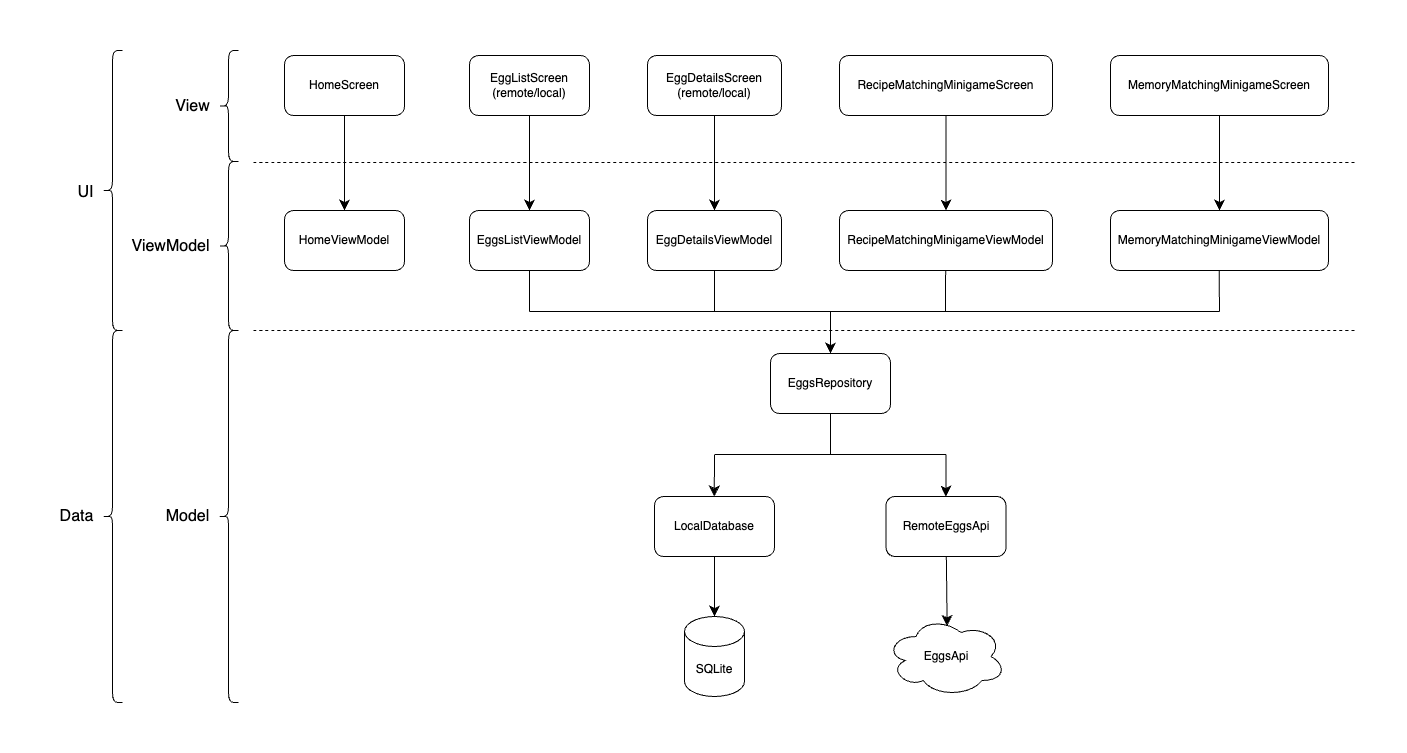
The draw.io diagram readme/architecture.drawio.png in jaidensiu/eggpedia, before a commit. Source tidied: cells renumbered, new cells last; positions are measured from the earlier drawing's top-left corner, leaving out a move shared by most shapes. Source of this version:
```xml
<mxGraphModel>
  <root>
    <mxCell id="0" />
    <mxCell id="1" parent="0" />
    <mxCell id="2" style="edgeStyle=none;curved=1;rounded=0;jettySize=auto;html=1;fontSize=12;startSize=8;endSize=8;" parent="1" edge="1" source="3" target="6">
      <mxGeometry relative="1" as="geometry" />
    </mxCell>
    <mxCell id="3" value="HomeScreen" style="rounded=1;whiteSpace=wrap;html=1;" parent="1" vertex="1">
      <mxGeometry x="234" y="5" width="120" height="60" as="geometry" />
    </mxCell>
    <mxCell id="4" style="edgeStyle=none;curved=1;rounded=0;jettySize=auto;html=1;exitX=0.5;exitY=1;exitDx=0;exitDy=0;fontSize=12;startSize=8;endSize=8;" parent="1" edge="1" source="5" target="7">
      <mxGeometry relative="1" as="geometry" />
    </mxCell>
    <mxCell id="5" value="EggListScreen&lt;div&gt;(remote/local)&lt;/div&gt;" style="rounded=1;whiteSpace=wrap;html=1;" parent="1" vertex="1">
      <mxGeometry x="419" y="5" width="120" height="60" as="geometry" />
    </mxCell>
    <mxCell id="6" value="HomeViewModel" style="rounded=1;whiteSpace=wrap;html=1;" parent="1" vertex="1">
      <mxGeometry x="234" y="160" width="120" height="60" as="geometry" />
    </mxCell>
    <mxCell id="7" value="EggsListViewModel" style="rounded=1;whiteSpace=wrap;html=1;" parent="1" vertex="1">
      <mxGeometry x="419" y="160" width="120" height="60" as="geometry" />
    </mxCell>
    <mxCell id="8" value="EggDetailsViewModel" style="rounded=1;whiteSpace=wrap;html=1;" parent="1" vertex="1">
      <mxGeometry x="597" y="160" width="134" height="60" as="geometry" />
    </mxCell>
    <mxCell id="9" value="RecipeMatchingMinigameViewModel" style="rounded=1;whiteSpace=wrap;html=1;" parent="1" vertex="1">
      <mxGeometry x="789" y="160" width="213" height="60" as="geometry" />
    </mxCell>
    <mxCell id="10" value="&lt;div&gt;MemoryMatchingMinigameViewModel&lt;/div&gt;" style="rounded=1;whiteSpace=wrap;html=1;" parent="1" vertex="1">
      <mxGeometry x="1060" y="160" width="218" height="60" as="geometry" />
    </mxCell>
    <mxCell id="11" style="edgeStyle=none;curved=1;rounded=0;jettySize=auto;html=1;exitX=0.5;exitY=1;exitDx=0;exitDy=0;fontSize=12;startSize=8;endSize=8;" parent="1" edge="1" source="12" target="8">
      <mxGeometry relative="1" as="geometry" />
    </mxCell>
    <mxCell id="12" value="EggDetailsScreen&lt;div&gt;(remote/local)&lt;/div&gt;" style="rounded=1;whiteSpace=wrap;html=1;" parent="1" vertex="1">
      <mxGeometry x="597" y="5" width="134" height="60" as="geometry" />
    </mxCell>
    <mxCell id="13" style="edgeStyle=none;curved=1;rounded=0;jettySize=auto;html=1;exitX=0.5;exitY=1;exitDx=0;exitDy=0;fontSize=12;startSize=8;endSize=8;" parent="1" edge="1" source="14" target="9">
      <mxGeometry relative="1" as="geometry" />
    </mxCell>
    <mxCell id="14" value="RecipeMatchingMinigameScreen" style="rounded=1;whiteSpace=wrap;html=1;" parent="1" vertex="1">
      <mxGeometry x="789" y="5" width="213" height="60" as="geometry" />
    </mxCell>
    <mxCell id="15" style="edgeStyle=none;curved=1;rounded=0;jettySize=auto;html=1;entryX=0.5;entryY=0;entryDx=0;entryDy=0;fontSize=12;startSize=8;endSize=8;" parent="1" edge="1" source="16" target="10">
      <mxGeometry relative="1" as="geometry" />
    </mxCell>
    <mxCell id="16" value="MemoryMatchingMinigameScreen" style="rounded=1;whiteSpace=wrap;html=1;" parent="1" vertex="1">
      <mxGeometry x="1060" y="5" width="218" height="60" as="geometry" />
    </mxCell>
    <mxCell id="17" value="EggsRepository" style="rounded=1;whiteSpace=wrap;html=1;" parent="1" vertex="1">
      <mxGeometry x="720" y="303" width="120" height="60" as="geometry" />
    </mxCell>
    <mxCell id="18" style="endArrow=classic;html=1;rounded=0;fontSize=12;startSize=8;endSize=8;curved=1;entryX=0.5;entryY=0;entryDx=0;entryDy=0;" parent="1" edge="1" target="17">
      <mxGeometry relative="1" as="geometry">
        <mxPoint x="780" y="261" as="sourcePoint" />
      </mxGeometry>
    </mxCell>
    <mxCell id="19" style="endArrow=none;html=1;rounded=0;fontSize=12;startSize=8;endSize=8;curved=1;entryX=0.5;entryY=1;entryDx=0;entryDy=0;" parent="1" edge="1" target="8">
      <mxGeometry relative="1" as="geometry">
        <mxPoint x="664" y="261" as="sourcePoint" />
      </mxGeometry>
    </mxCell>
    <mxCell id="20" style="endArrow=none;html=1;rounded=0;fontSize=12;startSize=8;endSize=8;curved=1;entryX=0.5;entryY=1;entryDx=0;entryDy=0;" parent="1" edge="1">
      <mxGeometry relative="1" as="geometry">
        <mxPoint x="895" y="261" as="sourcePoint" />
        <mxPoint x="895.1" y="220" as="targetPoint" />
      </mxGeometry>
    </mxCell>
    <mxCell id="21" style="endArrow=none;html=1;rounded=0;fontSize=12;startSize=8;endSize=8;curved=1;entryX=0.5;entryY=1;entryDx=0;entryDy=0;" parent="1" edge="1">
      <mxGeometry relative="1" as="geometry">
        <mxPoint x="1169" y="261" as="sourcePoint" />
        <mxPoint x="1168.6" y="220" as="targetPoint" />
      </mxGeometry>
    </mxCell>
    <mxCell id="22" style="endArrow=none;html=1;rounded=0;fontSize=12;startSize=8;endSize=8;curved=1;" parent="1" edge="1">
      <mxGeometry relative="1" as="geometry">
        <mxPoint x="1169" y="261" as="sourcePoint" />
        <mxPoint x="479" y="261" as="targetPoint" />
      </mxGeometry>
    </mxCell>
    <mxCell id="23" value="RemoteEggsApi" style="rounded=1;whiteSpace=wrap;html=1;" parent="1" vertex="1">
      <mxGeometry x="835.5" y="446" width="120" height="60" as="geometry" />
    </mxCell>
    <mxCell id="24" value="LocalDatabase" style="rounded=1;whiteSpace=wrap;html=1;" parent="1" vertex="1">
      <mxGeometry x="604" y="446" width="120" height="60" as="geometry" />
    </mxCell>
    <mxCell id="25" style="endArrow=none;html=1;rounded=0;fontSize=12;startSize=8;endSize=8;curved=1;entryX=0.5;entryY=1;entryDx=0;entryDy=0;" parent="1" edge="1" target="17">
      <mxGeometry relative="1" as="geometry">
        <mxPoint x="780" y="404" as="sourcePoint" />
      </mxGeometry>
    </mxCell>
    <mxCell id="26" style="endArrow=classic;html=1;rounded=0;fontSize=12;startSize=8;endSize=8;curved=1;entryX=0.5;entryY=0;entryDx=0;entryDy=0;" parent="1" edge="1">
      <mxGeometry relative="1" as="geometry">
        <mxPoint x="664" y="404" as="sourcePoint" />
        <mxPoint x="663.8" y="446" as="targetPoint" />
      </mxGeometry>
    </mxCell>
    <mxCell id="27" style="endArrow=none;html=1;rounded=0;fontSize=12;startSize=8;endSize=8;curved=1;" parent="1" edge="1">
      <mxGeometry relative="1" as="geometry">
        <mxPoint x="664.5" y="404" as="sourcePoint" />
        <mxPoint x="895.5" y="404" as="targetPoint" />
      </mxGeometry>
    </mxCell>
    <mxCell id="28" style="edgeStyle=none;curved=1;rounded=0;jettySize=auto;html=1;entryX=0.5;entryY=0;entryDx=0;entryDy=0;entryPerimeter=0;fontSize=12;startSize=8;endSize=8;" parent="1" edge="1" source="24">
      <mxGeometry relative="1" as="geometry">
        <mxPoint x="664" y="566" as="targetPoint" />
      </mxGeometry>
    </mxCell>
    <mxCell id="29" style="edgeStyle=none;curved=1;rounded=0;jettySize=auto;html=1;entryX=0.508;entryY=0.118;entryDx=0;entryDy=0;entryPerimeter=0;fontSize=12;startSize=8;endSize=8;" parent="1" edge="1" source="23">
      <mxGeometry relative="1" as="geometry">
        <mxPoint x="896.6" y="575.4" as="targetPoint" />
      </mxGeometry>
    </mxCell>
    <mxCell id="30" value="SQLite" style="shape=cylinder3;whiteSpace=wrap;html=1;boundedLbl=1;backgroundOutline=1;size=15;" parent="1" vertex="1">
      <mxGeometry x="634" y="566" width="60" height="80" as="geometry" />
    </mxCell>
    <mxCell id="31" value="EggsApi" style="ellipse;shape=cloud;whiteSpace=wrap;html=1;" parent="1" vertex="1">
      <mxGeometry x="835.5" y="566" width="120" height="80" as="geometry" />
    </mxCell>
    <mxCell id="32" style="endArrow=classic;html=1;rounded=0;fontSize=12;startSize=8;endSize=8;curved=1;entryX=0.5;entryY=0;entryDx=0;entryDy=0;" parent="1" edge="1">
      <mxGeometry relative="1" as="geometry">
        <mxPoint x="895.6" y="404" as="sourcePoint" />
        <mxPoint x="895.4" y="446" as="targetPoint" />
      </mxGeometry>
    </mxCell>
    <mxCell id="33" style="endArrow=none;html=1;rounded=0;fontSize=12;startSize=8;endSize=8;curved=1;entryX=0.5;entryY=1;entryDx=0;entryDy=0;" parent="1" edge="1" target="7">
      <mxGeometry relative="1" as="geometry">
        <mxPoint x="479" y="261" as="sourcePoint" />
      </mxGeometry>
    </mxCell>
    <mxCell id="34" style="endArrow=none;dashed=1;html=1;rounded=0;fontSize=12;startSize=8;endSize=8;curved=1;" parent="1" edge="1">
      <mxGeometry relative="1" as="geometry">
        <mxPoint x="203" y="112" as="sourcePoint" />
        <mxPoint x="1305" y="112" as="targetPoint" />
      </mxGeometry>
    </mxCell>
    <mxCell id="35" style="endArrow=none;dashed=1;html=1;rounded=0;fontSize=12;startSize=8;endSize=8;curved=1;" parent="1" edge="1">
      <mxGeometry relative="1" as="geometry">
        <mxPoint x="203" y="280" as="sourcePoint" />
        <mxPoint x="1305" y="280" as="targetPoint" />
      </mxGeometry>
    </mxCell>
    <mxCell id="36" style="shape=curlyBracket;whiteSpace=wrap;html=1;rounded=1;labelPosition=left;verticalLabelPosition=middle;align=right;verticalAlign=middle;" parent="1" vertex="1">
      <mxGeometry x="168" width="20" height="111" as="geometry" />
    </mxCell>
    <mxCell id="37" style="shape=curlyBracket;whiteSpace=wrap;html=1;rounded=1;labelPosition=left;verticalLabelPosition=middle;align=right;verticalAlign=middle;" parent="1" vertex="1">
      <mxGeometry x="168" y="111" width="20" height="169" as="geometry" />
    </mxCell>
    <mxCell id="38" value="View" style="text;html=1;align=center;verticalAlign=middle;strokeColor=none;fillColor=none;fontSize=16;" parent="1" vertex="1">
      <mxGeometry x="116" y="40.5" width="52" height="31" as="geometry" />
    </mxCell>
    <mxCell id="39" value="ViewModel" style="text;html=1;align=center;verticalAlign=middle;strokeColor=none;fillColor=none;fontSize=16;" parent="1" vertex="1">
      <mxGeometry x="72" y="180" width="96" height="31" as="geometry" />
    </mxCell>
    <mxCell id="40" style="shape=curlyBracket;whiteSpace=wrap;html=1;rounded=1;labelPosition=left;verticalLabelPosition=middle;align=right;verticalAlign=middle;" parent="1" vertex="1">
      <mxGeometry x="168" y="280" width="20" height="372" as="geometry" />
    </mxCell>
    <mxCell id="41" value="Model" style="text;html=1;align=center;verticalAlign=middle;strokeColor=none;fillColor=none;fontSize=16;" parent="1" vertex="1">
      <mxGeometry x="106" y="450.5" width="62" height="31" as="geometry" />
    </mxCell>
    <mxCell id="42" style="shape=curlyBracket;whiteSpace=wrap;html=1;rounded=1;labelPosition=left;verticalLabelPosition=middle;align=right;verticalAlign=middle;" parent="1" vertex="1">
      <mxGeometry x="52" y="280" width="20" height="372" as="geometry" />
    </mxCell>
    <mxCell id="43" value="Data" style="text;html=1;align=center;verticalAlign=middle;strokeColor=none;fillColor=none;fontSize=16;" parent="1" vertex="1">
      <mxGeometry y="450.5" width="52" height="31" as="geometry" />
    </mxCell>
    <mxCell id="44" style="shape=curlyBracket;whiteSpace=wrap;html=1;rounded=1;labelPosition=left;verticalLabelPosition=middle;align=right;verticalAlign=middle;" parent="1" vertex="1">
      <mxGeometry x="52" width="20" height="280" as="geometry" />
    </mxCell>
    <mxCell id="45" value="UI" style="text;html=1;align=center;verticalAlign=middle;strokeColor=none;fillColor=none;fontSize=16;" parent="1" vertex="1">
      <mxGeometry x="18" y="126.5" width="34" height="31" as="geometry" />
    </mxCell>
  </root>
</mxGraphModel>
```
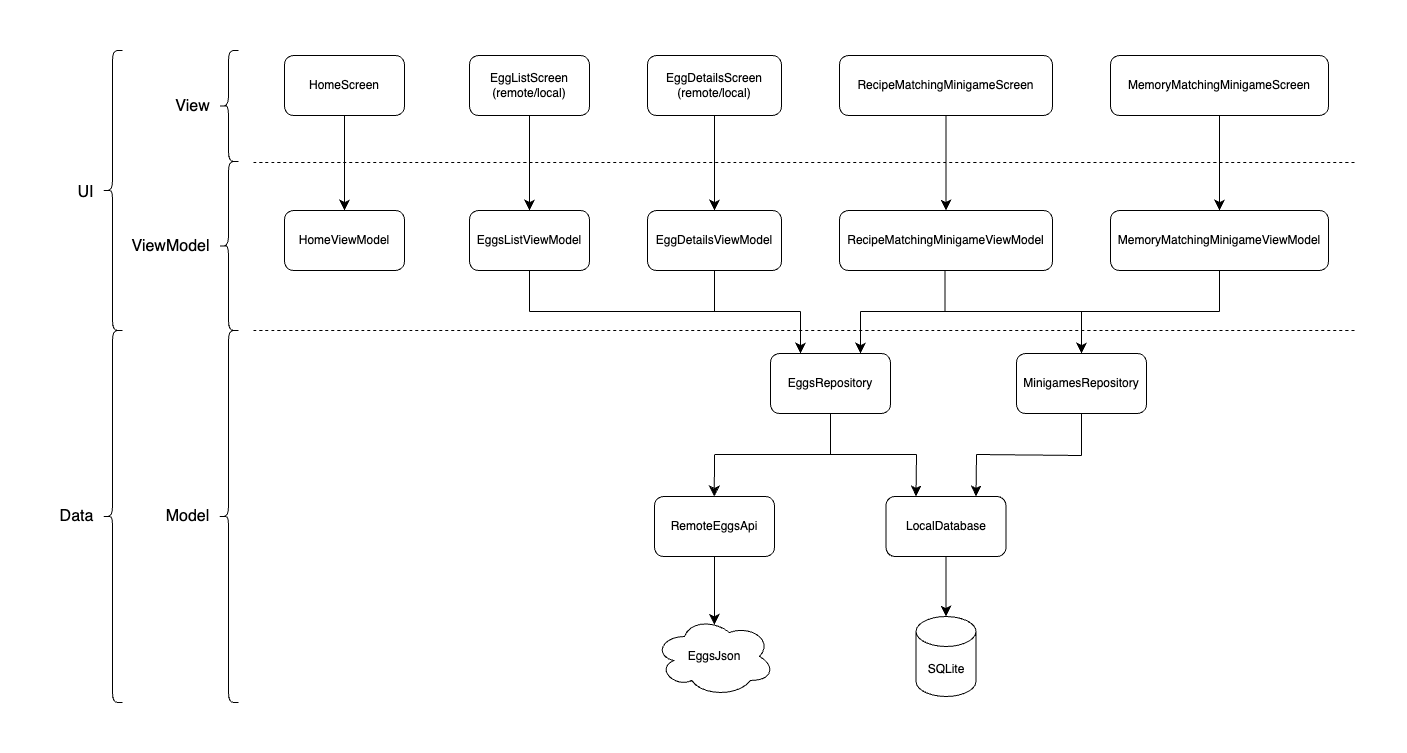
After the change.

Commit message:
chore: updated arch diagram

Diff of the diagram source:
```diff
@@ -50,9 +50,9 @@
     <mxCell id="17" value="EggsRepository" style="rounded=1;whiteSpace=wrap;html=1;" parent="1" vertex="1">
       <mxGeometry x="720" y="303" width="120" height="60" as="geometry" />
     </mxCell>
-    <mxCell id="18" style="endArrow=classic;html=1;rounded=0;fontSize=12;startSize=8;endSize=8;curved=1;entryX=0.5;entryY=0;entryDx=0;entryDy=0;" parent="1" edge="1" target="17">
+    <mxCell id="18" style="endArrow=classic;html=1;rounded=0;fontSize=12;startSize=8;endSize=8;curved=1;entryX=0.25;entryY=0;entryDx=0;entryDy=0;" parent="1" edge="1" target="17">
       <mxGeometry relative="1" as="geometry">
-        <mxPoint x="780" y="261" as="sourcePoint" />
+        <mxPoint x="750" y="261" as="sourcePoint" />
       </mxGeometry>
     </mxCell>
     <mxCell id="19" style="endArrow=none;html=1;rounded=0;fontSize=12;startSize=8;endSize=8;curved=1;entryX=0.5;entryY=1;entryDx=0;entryDy=0;" parent="1" edge="1" target="8">
@@ -60,29 +60,17 @@
         <mxPoint x="664" y="261" as="sourcePoint" />
       </mxGeometry>
     </mxCell>
-    <mxCell id="20" style="endArrow=none;html=1;rounded=0;fontSize=12;startSize=8;endSize=8;curved=1;entryX=0.5;entryY=1;entryDx=0;entryDy=0;" parent="1" edge="1">
-      <mxGeometry relative="1" as="geometry">
-        <mxPoint x="895" y="261" as="sourcePoint" />
-        <mxPoint x="895.1" y="220" as="targetPoint" />
-      </mxGeometry>
-    </mxCell>
-    <mxCell id="21" style="endArrow=none;html=1;rounded=0;fontSize=12;startSize=8;endSize=8;curved=1;entryX=0.5;entryY=1;entryDx=0;entryDy=0;" parent="1" edge="1">
-      <mxGeometry relative="1" as="geometry">
-        <mxPoint x="1169" y="261" as="sourcePoint" />
-        <mxPoint x="1168.6" y="220" as="targetPoint" />
-      </mxGeometry>
-    </mxCell>
     <mxCell id="22" style="endArrow=none;html=1;rounded=0;fontSize=12;startSize=8;endSize=8;curved=1;" parent="1" edge="1">
       <mxGeometry relative="1" as="geometry">
-        <mxPoint x="1169" y="261" as="sourcePoint" />
+        <mxPoint x="750" y="261" as="sourcePoint" />
         <mxPoint x="479" y="261" as="targetPoint" />
       </mxGeometry>
     </mxCell>
     <mxCell id="23" value="RemoteEggsApi" style="rounded=1;whiteSpace=wrap;html=1;" parent="1" vertex="1">
-      <mxGeometry x="835.5" y="446" width="120" height="60" as="geometry" />
+      <mxGeometry x="604" y="446" width="120" height="60" as="geometry" />
     </mxCell>
     <mxCell id="24" value="LocalDatabase" style="rounded=1;whiteSpace=wrap;html=1;" parent="1" vertex="1">
-      <mxGeometry x="604" y="446" width="120" height="60" as="geometry" />
+      <mxGeometry x="835.5" y="446" width="120" height="60" as="geometry" />
     </mxCell>
     <mxCell id="25" style="endArrow=none;html=1;rounded=0;fontSize=12;startSize=8;endSize=8;curved=1;entryX=0.5;entryY=1;entryDx=0;entryDy=0;" parent="1" edge="1" target="17">
       <mxGeometry relative="1" as="geometry">
@@ -98,29 +86,26 @@
     <mxCell id="27" style="endArrow=none;html=1;rounded=0;fontSize=12;startSize=8;endSize=8;curved=1;" parent="1" edge="1">
       <mxGeometry relative="1" as="geometry">
         <mxPoint x="664.5" y="404" as="sourcePoint" />
-        <mxPoint x="895.5" y="404" as="targetPoint" />
+        <mxPoint x="866" y="404" as="targetPoint" />
       </mxGeometry>
     </mxCell>
-    <mxCell id="28" style="edgeStyle=none;curved=1;rounded=0;jettySize=auto;html=1;entryX=0.5;entryY=0;entryDx=0;entryDy=0;entryPerimeter=0;fontSize=12;startSize=8;endSize=8;" parent="1" edge="1" source="24">
+    <mxCell id="28" style="edgeStyle=none;curved=1;rounded=0;jettySize=auto;html=1;entryX=0.499;entryY=0.091;entryDx=0;entryDy=0;entryPerimeter=0;fontSize=12;startSize=8;endSize=8;exitX=0.5;exitY=1;exitDx=0;exitDy=0;" parent="1" edge="1" source="23">
       <mxGeometry relative="1" as="geometry">
-        <mxPoint x="664" y="566" as="targetPoint" />
+        <mxPoint x="663.9" y="574.3" as="targetPoint" />
       </mxGeometry>
     </mxCell>
-    <mxCell id="29" style="edgeStyle=none;curved=1;rounded=0;jettySize=auto;html=1;entryX=0.508;entryY=0.118;entryDx=0;entryDy=0;entryPerimeter=0;fontSize=12;startSize=8;endSize=8;" parent="1" edge="1" source="23">
-      <mxGeometry relative="1" as="geometry">
-        <mxPoint x="896.6" y="575.4" as="targetPoint" />
-      </mxGeometry>
+    <mxCell id="29" style="edgeStyle=none;curved=1;rounded=0;jettySize=auto;html=1;entryX=0.5;entryY=0;entryDx=0;entryDy=0;entryPerimeter=0;fontSize=12;startSize=8;endSize=8;exitX=0.5;exitY=1;exitDx=0;exitDy=0;" parent="1" edge="1" source="24" target="30">
+      <mxGeometry relative="1" as="geometry" />
     </mxCell>
     <mxCell id="30" value="SQLite" style="shape=cylinder3;whiteSpace=wrap;html=1;boundedLbl=1;backgroundOutline=1;size=15;" parent="1" vertex="1">
-      <mxGeometry x="634" y="566" width="60" height="80" as="geometry" />
+      <mxGeometry x="865.5" y="566" width="60" height="80" as="geometry" />
     </mxCell>
-    <mxCell id="31" value="EggsApi" style="ellipse;shape=cloud;whiteSpace=wrap;html=1;" parent="1" vertex="1">
-      <mxGeometry x="835.5" y="566" width="120" height="80" as="geometry" />
+    <mxCell id="31" value="EggsJson" style="ellipse;shape=cloud;whiteSpace=wrap;html=1;" parent="1" vertex="1">
+      <mxGeometry x="604" y="566" width="120" height="80" as="geometry" />
     </mxCell>
-    <mxCell id="32" style="endArrow=classic;html=1;rounded=0;fontSize=12;startSize=8;endSize=8;curved=1;entryX=0.5;entryY=0;entryDx=0;entryDy=0;" parent="1" edge="1">
+    <mxCell id="32" style="endArrow=classic;html=1;rounded=0;fontSize=12;startSize=8;endSize=8;curved=1;entryX=0.25;entryY=0;entryDx=0;entryDy=0;" parent="1" edge="1" target="24">
       <mxGeometry relative="1" as="geometry">
-        <mxPoint x="895.6" y="404" as="sourcePoint" />
-        <mxPoint x="895.4" y="446" as="targetPoint" />
+        <mxPoint x="866" y="404" as="sourcePoint" />
       </mxGeometry>
     </mxCell>
     <mxCell id="33" style="endArrow=none;html=1;rounded=0;fontSize=12;startSize=8;endSize=8;curved=1;entryX=0.5;entryY=1;entryDx=0;entryDy=0;" parent="1" edge="1" target="7">
@@ -170,5 +155,52 @@
     <mxCell id="45" value="UI" style="text;html=1;align=center;verticalAlign=middle;strokeColor=none;fillColor=none;fontSize=16;" parent="1" vertex="1">
       <mxGeometry x="18" y="126.5" width="34" height="31" as="geometry" />
     </mxCell>
+    <mxCell id="46" value="MinigamesRepository" style="rounded=1;whiteSpace=wrap;html=1;" parent="1" vertex="1">
+      <mxGeometry x="966" y="303" width="130" height="60" as="geometry" />
+    </mxCell>
+    <mxCell id="47" style="endArrow=classic;html=1;rounded=0;fontSize=12;startSize=8;endSize=8;curved=1;entryX=0.5;entryY=0;entryDx=0;entryDy=0;" parent="1" edge="1" target="46">
+      <mxGeometry relative="1" as="geometry">
+        <mxPoint x="1031" y="261" as="sourcePoint" />
+      </mxGeometry>
+    </mxCell>
+    <mxCell id="48" style="endArrow=classic;html=1;rounded=0;fontSize=12;startSize=8;endSize=8;curved=1;entryX=0.75;entryY=0;entryDx=0;entryDy=0;" parent="1" edge="1" target="24">
+      <mxGeometry relative="1" as="geometry">
+        <mxPoint x="926" y="404" as="sourcePoint" />
+      </mxGeometry>
+    </mxCell>
+    <mxCell id="49" style="endArrow=classic;html=1;rounded=0;fontSize=12;startSize=8;endSize=8;curved=1;entryX=0.75;entryY=0;entryDx=0;entryDy=0;" parent="1" edge="1" target="17">
+      <mxGeometry relative="1" as="geometry">
+        <mxPoint x="810" y="261" as="sourcePoint" />
+      </mxGeometry>
+    </mxCell>
+    <mxCell id="50" style="endArrow=none;html=1;rounded=0;fontSize=12;startSize=8;endSize=8;curved=1;entryX=0.5;entryY=1;entryDx=0;entryDy=0;" parent="1" edge="1">
+      <mxGeometry relative="1" as="geometry">
+        <mxPoint x="894.5" y="261" as="sourcePoint" />
+        <mxPoint x="894.5" y="220" as="targetPoint" />
+      </mxGeometry>
+    </mxCell>
+    <mxCell id="51" style="endArrow=none;html=1;rounded=0;fontSize=12;startSize=8;endSize=8;curved=1;exitX=0.5;exitY=1;exitDx=0;exitDy=0;" parent="1" edge="1">
+      <mxGeometry relative="1" as="geometry">
+        <mxPoint x="1169" y="220" as="sourcePoint" />
+        <mxPoint x="1169" y="261" as="targetPoint" />
+      </mxGeometry>
+    </mxCell>
+    <mxCell id="52" style="endArrow=none;html=1;rounded=0;fontSize=12;startSize=8;endSize=8;curved=1;" parent="1" edge="1">
+      <mxGeometry relative="1" as="geometry">
+        <mxPoint x="1169" y="261" as="sourcePoint" />
+        <mxPoint x="810" y="261" as="targetPoint" />
+      </mxGeometry>
+    </mxCell>
+    <mxCell id="53" style="endArrow=none;html=1;rounded=0;fontSize=12;startSize=8;endSize=8;curved=1;entryX=0.5;entryY=1;entryDx=0;entryDy=0;" parent="1" edge="1" target="46">
+      <mxGeometry relative="1" as="geometry">
+        <mxPoint x="1031" y="405" as="sourcePoint" />
+      </mxGeometry>
+    </mxCell>
+    <mxCell id="54" style="endArrow=none;html=1;rounded=0;fontSize=12;startSize=8;endSize=8;curved=1;" parent="1" edge="1">
+      <mxGeometry relative="1" as="geometry">
+        <mxPoint x="926" y="404" as="sourcePoint" />
+        <mxPoint x="1031" y="405" as="targetPoint" />
+      </mxGeometry>
+    </mxCell>
   </root>
 </mxGraphModel>
```
